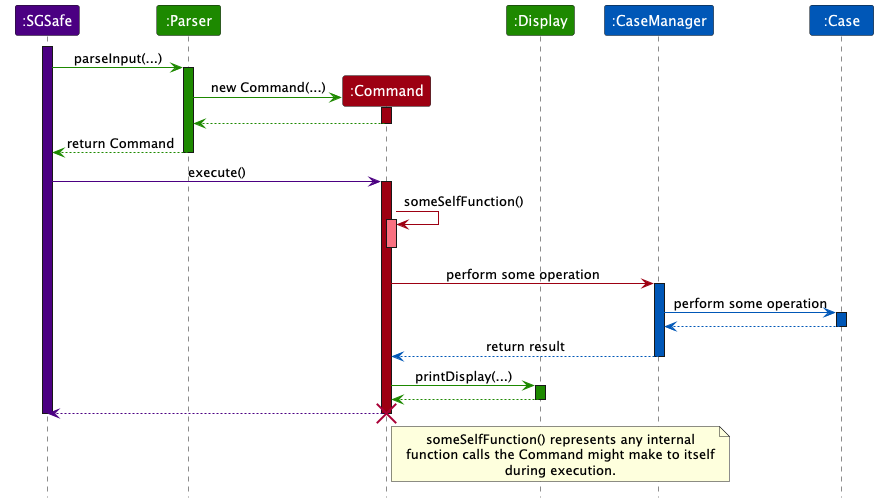
zhengjie2002/tp keeps this PlantUML diagram as docs/images/SequenceDiagramGenericCommandExecution.png. Above is the earlier version. The source it was exported from:
```plantuml
@startuml
!include ../style.puml
skinparam ArrowFontStyle plain

participant ":SGSafe" as sgsafe MAIN_COLOR
participant ":Parser" as parser UI_COLOR

activate sgsafe MAIN_COLOR

sgsafe -[UI_COLOR]> parser : parseInput(...)
activate parser UI_COLOR

create participant ":Command" as cmd COMMAND_COLOR

parser -[UI_COLOR]> cmd : new Command(...)
activate cmd COMMAND_COLOR
cmd --[UI_COLOR]> parser :
deactivate cmd
parser --[UI_COLOR]> sgsafe : return Command
deactivate parser

participant ":Display" as display UI_COLOR

sgsafe -[MAIN_COLOR]> cmd : execute()
activate cmd COMMAND_COLOR

cmd -[COMMAND_COLOR]> cmd : someSelfFunction()
activate cmd COMMAND_COLOR_T1
deactivate cmd

participant ":CaseManager" as caseMgr CASEFILE_COLOR
cmd -[COMMAND_COLOR]> caseMgr : perform some operation
activate caseMgr CASEFILE_COLOR

participant ":Case" as case CASEFILE_COLOR

caseMgr -[CASEFILE_COLOR]> case : perform some operation

activate case CASEFILE_COLOR
case --[CASEFILE_COLOR]> caseMgr
deactivate case

caseMgr --[CASEFILE_COLOR]> cmd : return result

deactivate caseMgr

cmd -[UI_COLOR]> display : printDisplay(...)
activate display UI_COLOR
display --[UI_COLOR]> cmd
deactivate display

deactivate display UI_COLOR

cmd --[MAIN_COLOR]> sgsafe :

destroy cmd

deactivate sgsafe

note right of cmd
  someSelfFunction() represents any internal
  function calls the Command might make to itself
  during execution.
end note
@enduml
```
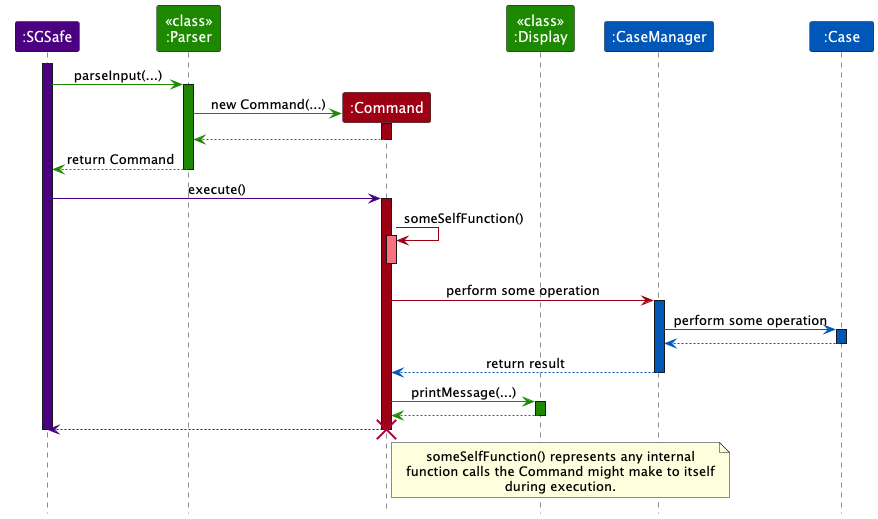
Above is the later version.

Diff of the diagram source:
```diff
@@ -3,7 +3,7 @@
 skinparam ArrowFontStyle plain
 
 participant ":SGSafe" as sgsafe MAIN_COLOR
-participant ":Parser" as parser UI_COLOR
+participant "<<class>>\n:Parser" as parser UI_COLOR
 
 activate sgsafe MAIN_COLOR
 
@@ -19,7 +19,7 @@
 parser --[UI_COLOR]> sgsafe : return Command
 deactivate parser
 
-participant ":Display" as display UI_COLOR
+participant "<<class>>\n:Display" as display UI_COLOR
 
 sgsafe -[MAIN_COLOR]> cmd : execute()
 activate cmd COMMAND_COLOR
@@ -44,7 +44,7 @@
 
 deactivate caseMgr
 
-cmd -[UI_COLOR]> display : printDisplay(...)
+cmd -[UI_COLOR]> display : printMessage(...)
 activate display UI_COLOR
 display --[UI_COLOR]> cmd
 deactivate display
```
